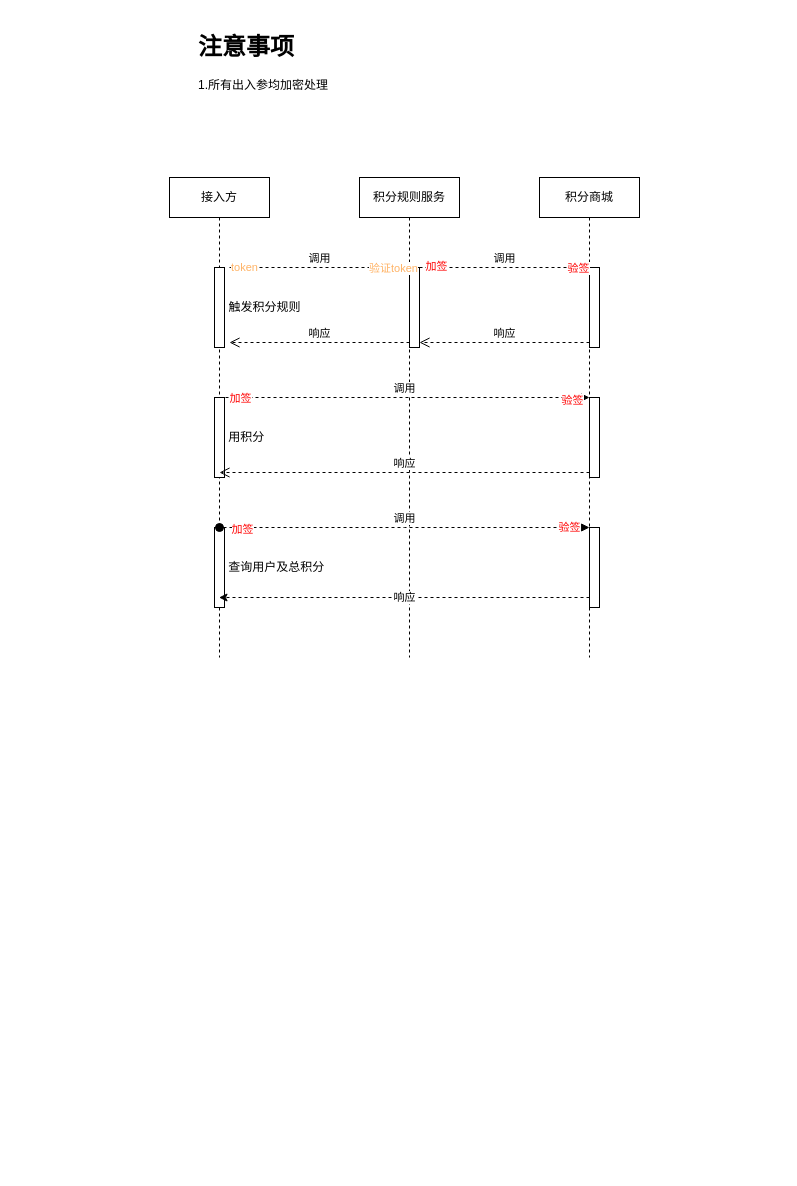
Before: 积分商城架构图.drawio in ammengke/my-drawio, a draw.io diagram. Source tidied: cells renumbered, new cells numbered last; positions are measured from the earlier drawing's top-left corner, leaving out a move shared by most shapes. Both pictures are drawn from the tidied source at 100%, with x=0, y=0 at pixel (169, 27).
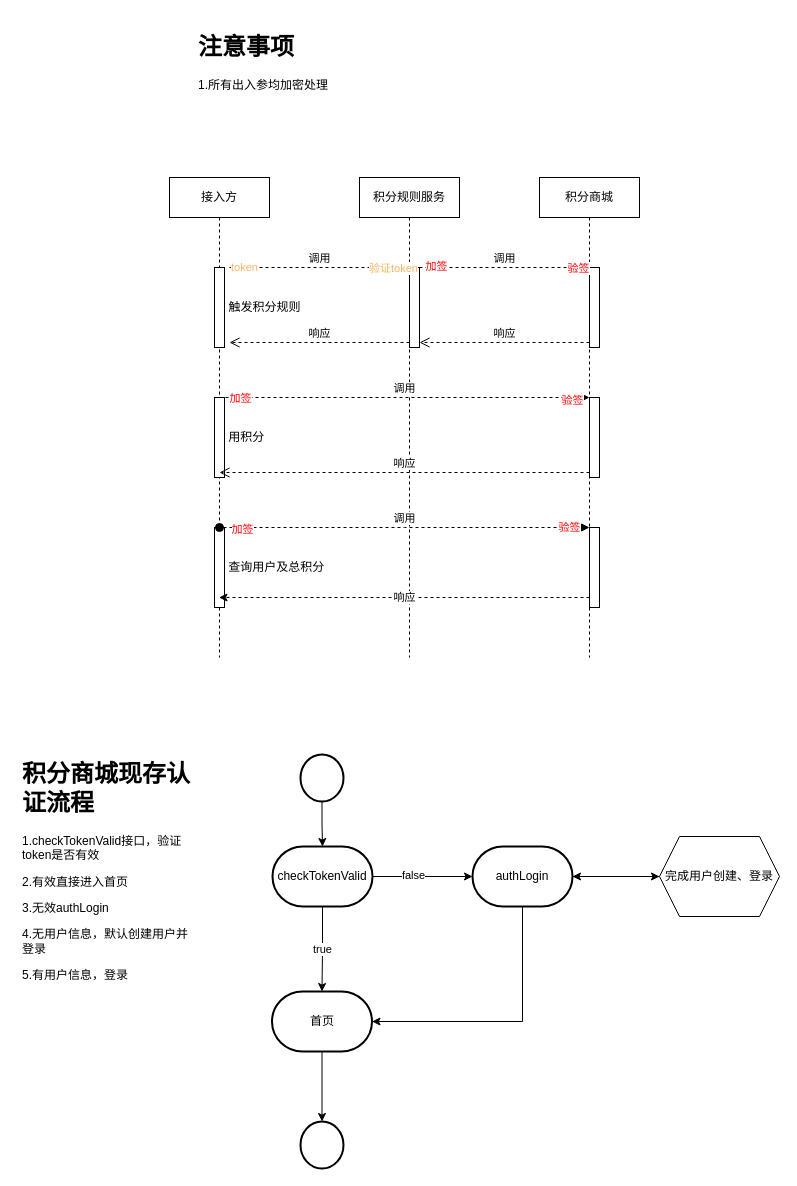
The same page after the edit.

Commit message:
更新积分商城架构图.drawio

What changed in the source:
```diff
@@
+    <mxCell id="29" style="edgeStyle=orthogonalEdgeStyle;rounded=0;jettySize=auto;html=1;" parent="1" edge="1" source="30" target="35">
+      <mxGeometry relative="1" as="geometry" />
+    </mxCell>
+    <mxCell id="30" style="strokeWidth=2;html=1;shape=mxgraph.flowchart.start_2;whiteSpace=wrap;" parent="1" vertex="1">
+      <mxGeometry x="131" y="727" width="43" height="47" as="geometry" />
+    </mxCell>
+    <mxCell id="31" style="strokeWidth=2;html=1;shape=mxgraph.flowchart.start_2;whiteSpace=wrap;" parent="1" vertex="1">
+      <mxGeometry x="131" y="1094" width="43" height="47" as="geometry" />
+    </mxCell>
+    <mxCell id="32" style="edgeStyle=orthogonalEdgeStyle;rounded=0;jettySize=auto;html=1;entryX=0;entryY=0.5;entryDx=0;entryDy=0;entryPerimeter=0;" parent="1" edge="1" source="35" target="40">
+      <mxGeometry relative="1" as="geometry" />
+    </mxCell>
+    <mxCell id="33" value="false" style="edgeLabel;html=1;align=center;verticalAlign=middle;" parent="32" vertex="1">
+      <mxGeometry x="-0.2" y="2" relative="1" as="geometry" />
+    </mxCell>
+    <mxCell id="34" value="true" style="edgeStyle=orthogonalEdgeStyle;rounded=0;jettySize=auto;html=1;" parent="1" edge="1" source="35" target="37">
+      <mxGeometry relative="1" as="geometry" />
+    </mxCell>
+    <mxCell id="35" value="checkTokenValid" style="strokeWidth=2;html=1;shape=mxgraph.flowchart.terminator;whiteSpace=wrap;" parent="1" vertex="1">
+      <mxGeometry x="103" y="819" width="100" height="60" as="geometry" />
+    </mxCell>
+    <mxCell id="36" style="edgeStyle=orthogonalEdgeStyle;rounded=0;jettySize=auto;html=1;" parent="1" edge="1" source="37" target="31">
+      <mxGeometry relative="1" as="geometry" />
+    </mxCell>
+    <mxCell id="37" value="首页" style="strokeWidth=2;html=1;shape=mxgraph.flowchart.terminator;whiteSpace=wrap;" parent="1" vertex="1">
+      <mxGeometry x="102.5" y="964" width="100" height="60" as="geometry" />
+    </mxCell>
+    <mxCell id="38" style="edgeStyle=orthogonalEdgeStyle;rounded=0;jettySize=auto;html=1;entryX=1;entryY=0.5;entryDx=0;entryDy=0;entryPerimeter=0;" parent="1" edge="1" source="40" target="37">
+      <mxGeometry relative="1" as="geometry">
+        <Array as="points">
+          <mxPoint x="353" y="994" />
+        </Array>
+      </mxGeometry>
+    </mxCell>
+    <mxCell id="39" style="edgeStyle=orthogonalEdgeStyle;rounded=0;jettySize=auto;html=1;entryX=0;entryY=0.5;entryDx=0;entryDy=0;" parent="1" edge="1" source="40" target="43">
+      <mxGeometry relative="1" as="geometry" />
+    </mxCell>
+    <mxCell id="40" value="authLogin" style="strokeWidth=2;html=1;shape=mxgraph.flowchart.terminator;whiteSpace=wrap;" parent="1" vertex="1">
+      <mxGeometry x="303" y="819" width="100" height="60" as="geometry" />
+    </mxCell>
+    <mxCell id="41" value="&lt;h1&gt;积分商城现存认证流程&lt;/h1&gt;&lt;p&gt;1.checkTokenValid接口，验证token是否有效&lt;/p&gt;&lt;p&gt;2.有效直接进入首页&lt;/p&gt;&lt;p&gt;3.无效authLogin&lt;/p&gt;&lt;p&gt;4.无用户信息，默认创建用户并登录&lt;/p&gt;&lt;p&gt;5.有用户信息，登录&lt;/p&gt;&lt;p&gt;&lt;br&gt;&lt;/p&gt;" style="text;html=1;strokeColor=none;fillColor=none;spacing=5;spacingTop=-20;whiteSpace=wrap;overflow=hidden;rounded=0;" parent="1" vertex="1">
+      <mxGeometry x="-152" y="727" width="179" height="305" as="geometry" />
+    </mxCell>
+    <mxCell id="42" style="edgeStyle=orthogonalEdgeStyle;rounded=0;jettySize=auto;html=1;" parent="1" edge="1" source="43" target="40">
+      <mxGeometry relative="1" as="geometry" />
+    </mxCell>
+    <mxCell id="43" value="完成用户创建、登录" style="shape=hexagon;perimeter=hexagonPerimeter2;whiteSpace=wrap;html=1;fixedSize=1;" parent="1" vertex="1">
+      <mxGeometry x="490" y="809" width="120" height="80" as="geometry" />
+    </mxCell>
```
